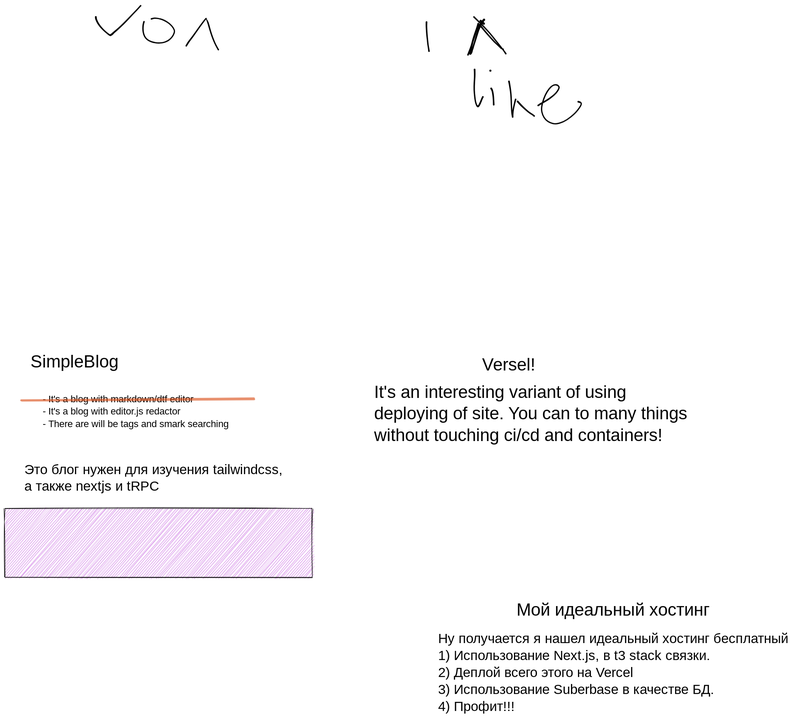
Above: idex.excalidraw.svg in simpleString/simpleBlog-next (Excalidraw), before the change. Source tidied: one line per element, renumbered; positions are measured from the earlier drawing's top-left corner, leaving out a move shared by most shapes.
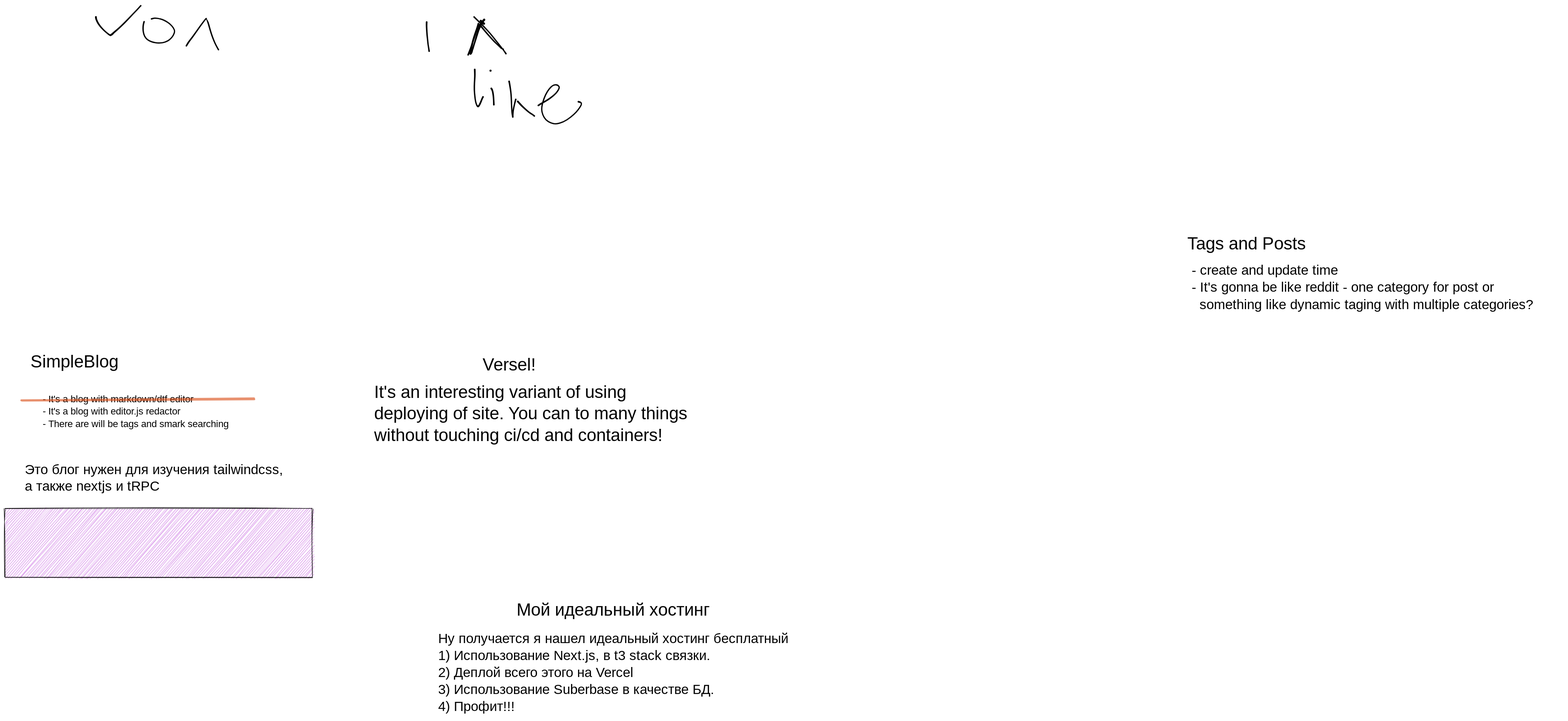
After the change.

Commit message:
Fix globalspinner. Add placeholder for post page.

What changed in the source:
```diff
@@ -21,3 +21,5 @@
 {"id": 20, "type": "freedraw", "strokeColor": "#000000", "strokeWidth": 1, "roughness": 1, "x": 1044, "y": 159, "width": 14, "height": 76, "points": [[0, 0], [0, 4], [2, 10], [3, 17], [5, 27], [5, 42], [5, 58], [6, 70], [7, 74], [8, 76], [8, 75], [8, 74], [8, 63], [9, 52], [14, 37], [14, 35], [14, 35]]}
 {"id": 21, "type": "freedraw", "strokeColor": "#000000", "strokeWidth": 1, "roughness": 1, "x": 1062, "y": 200, "width": 35, "height": 31, "points": [[0, 0], [0, 1], [14, 15], [21, 21], [27, 26], [32, 28], [35, 30], [35, 31], [35, 31]]}
 {"id": 22, "type": "freedraw", "strokeColor": "#000000", "strokeWidth": 1, "roughness": 1, "x": 1104, "y": 208, "width": 92, "height": 85, "points": [[0, 0], [0, -1], [0, -1], [1, -2], [5, -4], [15, -9], [26, -15], [36, -23], [43, -31], [45, -37], [45, -39], [43, -41], [38, -44], [32, -44], [26, -41], [17, -29], [9, -14], [5, 5], [5, 18], [11, 29], [20, 38], [33, 41], [45, 40], [63, 31], [79, 17], [87, 6], [91, -3], [91, -5], [90, -7], [86, -8], [82, -8], [82, -8]]}
+{"id": 23, "type": "text", "text": "Tags and Posts", "strokeColor": "#000000", "strokeWidth": 1, "roughness": 1, "fontSize": 36, "fontFamily": 1, "x": 2448, "y": 475, "width": 292, "height": 45}
+{"id": 24, "type": "text", "text": "- create and update time\n- It's gonna be like reddit - one category for post or\n  something like dynamic taging with multiple categories?\n", "strokeColor": "#000000", "strokeWidth": 1, "roughness": 1, "fontSize": 28, "fontFamily": 1, "x": 2457, "y": 533, "width": 769, "height": 143}
```
